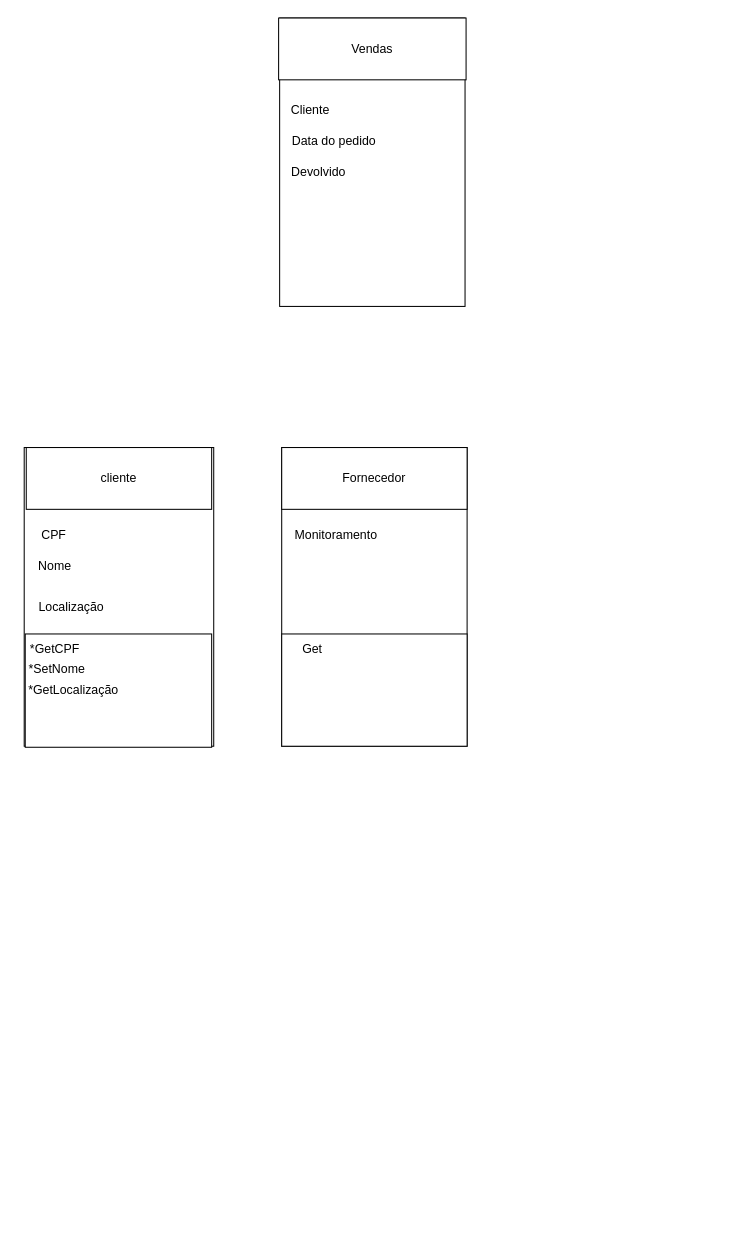
Before: DOC/diagram de classe.drawio in lucasmathiasbelini/projeto3, a draw.io diagram. Source tidied: cells renumbered, new cells numbered last; positions are measured from the earlier drawing's top-left corner, leaving out a move shared by most shapes. Both pictures are drawn from the tidied source at 103%, with x=0, y=0 at pixel (23, 18). Pictures stored in the file or linked from it are replaced by grey dashed boxes.
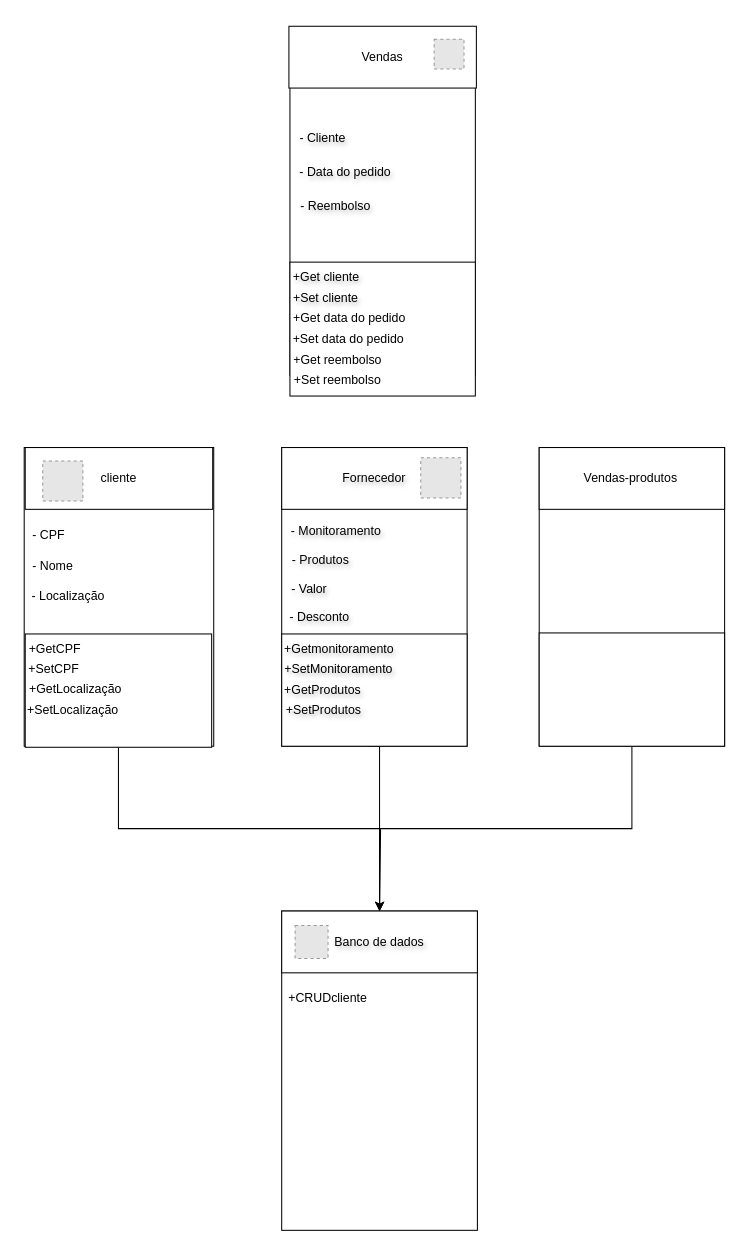
The same diagram, later.

The change refers to these unchanged cells:
```xml
<mxCell id="10" style="rounded=0;whiteSpace=wrap;html=1;" parent="1" vertex="1">
  <mxGeometry x="2" y="598" width="181" height="110" as="geometry" />
</mxCell>
```

Diff of the diagram source:
```diff
@@
     <mxCell id="3" value="cliente" style="rounded=0;whiteSpace=wrap;html=1;" parent="1" vertex="1">
-      <mxGeometry x="3" y="417" width="180" height="60" as="geometry" />
+      <mxGeometry x="2" y="417" width="182" height="60" as="geometry" />
     </mxCell>
-    <mxCell id="4" value="CPF" style="text;html=1;align=center;verticalAlign=middle;whiteSpace=wrap;rounded=0;" parent="1" vertex="1">
-      <mxGeometry y="487" width="60" height="30" as="geometry" />
+    <mxCell id="4" value="- CPF" style="text;html=1;align=center;verticalAlign=middle;whiteSpace=wrap;rounded=0;" parent="1" vertex="1">
+      <mxGeometry x="-5.5" y="487" width="60" height="30" as="geometry" />
     </mxCell>
-    <mxCell id="5" value="Nome" style="text;html=1;align=center;verticalAlign=middle;whiteSpace=wrap;rounded=0;" parent="1" vertex="1">
-      <mxGeometry x="1" y="517" width="60" height="30" as="geometry" />
+    <mxCell id="5" value="- Nome" style="text;html=1;align=center;verticalAlign=middle;whiteSpace=wrap;rounded=0;" parent="1" vertex="1">
+      <mxGeometry x="-1" y="517" width="60" height="30" as="geometry" />
     </mxCell>
-    <mxCell id="6" value="Localização" style="text;html=1;align=center;verticalAlign=middle;whiteSpace=wrap;rounded=0;" parent="1" vertex="1">
-      <mxGeometry x="17" y="557" width="60" height="30" as="geometry" />
+    <mxCell id="6" value="- Localização" style="text;html=1;align=center;verticalAlign=middle;whiteSpace=wrap;rounded=0;" parent="1" vertex="1">
+      <mxGeometry x="2" y="547" width="84" height="30" as="geometry" />
     </mxCell>
-    <mxCell id="7" style="rounded=0;whiteSpace=wrap;html=1;" parent="1" vertex="1">
+    <mxCell id="7" style="rounded=0;whiteSpace=wrap;html=1;textShadow=1;" parent="1" vertex="1">
       <mxGeometry x="251" y="417" width="180" height="290" as="geometry" />
     </mxCell>
-    <mxCell id="8" value="Fornecedor" style="rounded=0;whiteSpace=wrap;html=1;" parent="1" vertex="1">
+    <mxCell id="8" value="Fornecedor" style="rounded=0;whiteSpace=wrap;html=1;textShadow=1;" parent="1" vertex="1">
       <mxGeometry x="251" y="417" width="180" height="60" as="geometry" />
     </mxCell>
-    <mxCell id="9" value="Monitoramento" style="text;html=1;align=center;verticalAlign=middle;whiteSpace=wrap;rounded=0;" parent="1" vertex="1">
-      <mxGeometry x="274" y="487" width="60" height="30" as="geometry" />
+    <mxCell id="9" value="- Monitoramento" style="text;html=1;align=center;verticalAlign=middle;whiteSpace=wrap;rounded=0;textShadow=1;" parent="1" vertex="1">
+      <mxGeometry x="253" y="483" width="102" height="30" as="geometry" />
     </mxCell>
+    <mxCell id="21" style="edgeStyle=orthogonalEdgeStyle;rounded=0;jettySize=auto;html=1;textShadow=1;" parent="1" edge="1" source="10" target="28">
+      <mxGeometry relative="1" as="geometry">
+        <Array as="points">
+          <mxPoint x="93" y="787" />
+          <mxPoint x="346" y="787" />
+        </Array>
+      </mxGeometry>
+    </mxCell>
@@
-    <mxCell id="11" value="*GetCPF" style="text;html=1;align=center;verticalAlign=middle;whiteSpace=wrap;rounded=0;" parent="1" vertex="1">
+    <mxCell id="11" value="+GetCPF" style="text;html=1;align=center;verticalAlign=middle;whiteSpace=wrap;rounded=0;" parent="1" vertex="1">
       <mxGeometry x="1" y="598" width="60" height="30" as="geometry" />
     </mxCell>
-    <mxCell id="12" value="*SetNome" style="text;html=1;align=center;verticalAlign=middle;whiteSpace=wrap;rounded=0;" parent="1" vertex="1">
-      <mxGeometry x="3" y="617" width="60" height="30" as="geometry" />
+    <mxCell id="12" value="+SetCPF" style="text;html=1;align=center;verticalAlign=middle;whiteSpace=wrap;rounded=0;" parent="1" vertex="1">
+      <mxGeometry y="617" width="60" height="30" as="geometry" />
     </mxCell>
-    <mxCell id="13" value="*GetLocalização" style="text;html=1;align=center;verticalAlign=middle;whiteSpace=wrap;rounded=0;" parent="1" vertex="1">
-      <mxGeometry x="19" y="638" width="60" height="30" as="geometry" />
+    <mxCell id="13" value="+GetLocalização" style="text;html=1;align=center;verticalAlign=middle;whiteSpace=wrap;rounded=0;" parent="1" vertex="1">
+      <mxGeometry x="21" y="637" width="60" height="30" as="geometry" />
     </mxCell>
+    <mxCell id="22" style="edgeStyle=orthogonalEdgeStyle;rounded=0;orthogonalLoop=1;jettySize=auto;html=1;textShadow=1;" parent="1" edge="1">
+      <mxGeometry relative="1" as="geometry">
+        <mxPoint x="336" y="707" as="sourcePoint" />
+        <mxPoint x="346" y="867" as="targetPoint" />
+        <Array as="points">
+          <mxPoint x="346" y="707" />
+          <mxPoint x="346" y="788" />
+          <mxPoint x="347" y="788" />
+        </Array>
+      </mxGeometry>
+    </mxCell>
-    <mxCell id="14" style="rounded=0;whiteSpace=wrap;html=1;" parent="1" vertex="1">
+    <mxCell id="14" style="rounded=0;whiteSpace=wrap;html=1;textShadow=1;" parent="1" vertex="1">
       <mxGeometry x="251" y="598" width="180" height="109" as="geometry" />
     </mxCell>
-    <mxCell id="15" value="Get" style="text;html=1;align=center;verticalAlign=middle;whiteSpace=wrap;rounded=0;" parent="1" vertex="1">
-      <mxGeometry x="251" y="598" width="60" height="30" as="geometry" />
+    <mxCell id="15" value="+Getmonitoramento" style="text;html=1;align=center;verticalAlign=middle;whiteSpace=wrap;rounded=0;textShadow=1;" parent="1" vertex="1">
+      <mxGeometry x="247" y="598" width="120" height="30" as="geometry" />
     </mxCell>
-    <mxCell id="16" style="rounded=0;whiteSpace=wrap;html=1;" parent="1" vertex="1">
-      <mxGeometry x="249" width="180" height="280" as="geometry" />
+    <mxCell id="16" style="rounded=0;whiteSpace=wrap;html=1;textShadow=1;" parent="1" vertex="1">
+      <mxGeometry x="259" y="67" width="180" height="280" as="geometry" />
     </mxCell>
     <mxCell id="17" value="Vendas" style="rounded=0;whiteSpace=wrap;html=1;" parent="1" vertex="1">
-      <mxGeometry x="248" width="182" height="60" as="geometry" />
+      <mxGeometry x="258" y="8" width="182" height="60" as="geometry" />
     </mxCell>
-    <mxCell id="18" value="Cliente" style="text;html=1;align=center;verticalAlign=middle;whiteSpace=wrap;rounded=0;" parent="1" vertex="1">
-      <mxGeometry x="249" y="75" width="60" height="30" as="geometry" />
+    <mxCell id="18" value="- Cliente" style="text;html=1;align=center;verticalAlign=middle;whiteSpace=wrap;rounded=0;textShadow=1;" parent="1" vertex="1">
+      <mxGeometry x="261" y="102" width="60" height="30" as="geometry" />
     </mxCell>
-    <mxCell id="19" value="Data do pedido" style="text;html=1;align=center;verticalAlign=middle;whiteSpace=wrap;rounded=0;" parent="1" vertex="1">
-      <mxGeometry x="257" y="105" width="90" height="30" as="geometry" />
+    <mxCell id="19" value="- Data do pedido" style="text;html=1;align=center;verticalAlign=middle;whiteSpace=wrap;rounded=0;textShadow=1;" parent="1" vertex="1">
+      <mxGeometry x="261" y="135" width="104" height="30" as="geometry" />
     </mxCell>
-    <mxCell id="20" value="Devolvido" style="text;html=1;align=center;verticalAlign=middle;whiteSpace=wrap;rounded=0;" parent="1" vertex="1">
-      <mxGeometry x="257" y="135" width="60" height="30" as="geometry" />
+    <mxCell id="20" value="- Reembolso" style="text;html=1;align=center;verticalAlign=middle;whiteSpace=wrap;rounded=0;textShadow=1;" parent="1" vertex="1">
+      <mxGeometry x="266" y="168" width="75" height="30" as="geometry" />
     </mxCell>
+    <mxCell id="23" style="rounded=0;whiteSpace=wrap;html=1;" parent="1" vertex="1">
+      <mxGeometry x="501" y="417" width="180" height="290" as="geometry" />
+    </mxCell>
+    <mxCell id="24" style="rounded=0;whiteSpace=wrap;html=1;" parent="1" vertex="1">
+      <mxGeometry x="501" y="417" width="180" height="60" as="geometry" />
+    </mxCell>
+    <mxCell id="25" style="edgeStyle=orthogonalEdgeStyle;rounded=0;jettySize=auto;html=1;exitX=0.5;exitY=1;exitDx=0;exitDy=0;textShadow=1;" parent="1" edge="1" source="26">
+      <mxGeometry relative="1" as="geometry">
+        <mxPoint x="346" y="867" as="targetPoint" />
+        <Array as="points">
+          <mxPoint x="591" y="787" />
+          <mxPoint x="346" y="787" />
+        </Array>
+      </mxGeometry>
+    </mxCell>
+    <mxCell id="26" style="rounded=0;whiteSpace=wrap;html=1;" parent="1" vertex="1">
+      <mxGeometry x="501" y="597" width="180" height="110" as="geometry" />
+    </mxCell>
+    <mxCell id="27" style="rounded=0;whiteSpace=wrap;html=1;" parent="1" vertex="1">
+      <mxGeometry x="251" y="867" width="190" height="310" as="geometry" />
+    </mxCell>
+    <mxCell id="28" value="Banco de dados" style="rounded=0;whiteSpace=wrap;html=1;textShadow=1;" parent="1" vertex="1">
+      <mxGeometry x="251" y="867" width="190" height="60" as="geometry" />
+    </mxCell>
+    <mxCell id="29" value="- Produtos" style="text;html=1;align=center;verticalAlign=middle;whiteSpace=wrap;rounded=0;textShadow=1;" parent="1" vertex="1">
+      <mxGeometry x="259" y="512" width="60" height="30" as="geometry" />
+    </mxCell>
+    <mxCell id="30" value="- Valor" style="text;html=1;align=center;verticalAlign=middle;whiteSpace=wrap;rounded=0;textShadow=1;" parent="1" vertex="1">
+      <mxGeometry x="248" y="540" width="60" height="30" as="geometry" />
+    </mxCell>
+    <mxCell id="31" value="- Desconto" style="text;html=1;align=center;verticalAlign=middle;whiteSpace=wrap;rounded=0;textShadow=1;" parent="1" vertex="1">
+      <mxGeometry x="255" y="567" width="66" height="30" as="geometry" />
+    </mxCell>
+    <mxCell id="32" value="+SetMonitoramento" style="text;html=1;align=center;verticalAlign=middle;whiteSpace=wrap;rounded=0;textShadow=1;" parent="1" vertex="1">
+      <mxGeometry x="248" y="617" width="117" height="30" as="geometry" />
+    </mxCell>
+    <mxCell id="33" value="+GetProdutos" style="text;html=1;align=center;verticalAlign=middle;whiteSpace=wrap;rounded=0;textShadow=1;" parent="1" vertex="1">
+      <mxGeometry x="248" y="638" width="86" height="30" as="geometry" />
+    </mxCell>
+    <mxCell id="34" value="+SetProdutos" style="text;html=1;align=center;verticalAlign=middle;whiteSpace=wrap;rounded=0;textShadow=1;" parent="1" vertex="1">
+      <mxGeometry x="246" y="657" width="92" height="30" as="geometry" />
+    </mxCell>
+    <mxCell id="35" style="fillColor=#E6E6E6;strokeColor=#999999;dashed=1;verticalLabelPosition=bottom;labelBackgroundColor=default;verticalAlign=top;" parent="1" vertex="1">
+      <mxGeometry x="399" y="20.5" width="29" height="29" as="geometry" />
+    </mxCell>
+    <mxCell id="36" style="rounded=0;whiteSpace=wrap;html=1;textShadow=1;" parent="1" vertex="1">
+      <mxGeometry x="259" y="237" width="180" height="130" as="geometry" />
+    </mxCell>
+    <mxCell id="37" style="fillColor=#E6E6E6;strokeColor=#999999;dashed=1;verticalLabelPosition=bottom;labelBackgroundColor=default;verticalAlign=top;" parent="1" vertex="1">
+      <mxGeometry x="386" y="427" width="39" height="39" as="geometry" />
+    </mxCell>
+    <mxCell id="38" style="fillColor=#E6E6E6;strokeColor=#999999;dashed=1;verticalLabelPosition=bottom;labelBackgroundColor=default;verticalAlign=top;" parent="1" vertex="1">
+      <mxGeometry x="19" y="430" width="39" height="39" as="geometry" />
+    </mxCell>
+    <mxCell id="39" style="fillColor=#E6E6E6;strokeColor=#999999;dashed=1;verticalLabelPosition=bottom;labelBackgroundColor=default;verticalAlign=top;" parent="1" vertex="1">
+      <mxGeometry x="264" y="881" width="32" height="32" as="geometry" />
+    </mxCell>
+    <mxCell id="40" value="+Get cliente" style="text;html=1;align=center;verticalAlign=middle;whiteSpace=wrap;rounded=0;textShadow=1;" parent="1" vertex="1">
+      <mxGeometry x="258" y="237" width="73" height="30" as="geometry" />
+    </mxCell>
+    <mxCell id="41" value="+Set cliente" style="text;html=1;align=center;verticalAlign=middle;whiteSpace=wrap;rounded=0;textShadow=1;" parent="1" vertex="1">
+      <mxGeometry x="258" y="257" width="72" height="30" as="geometry" />
+    </mxCell>
+    <mxCell id="42" value="+Get data do pedido" style="text;html=1;align=center;verticalAlign=middle;whiteSpace=wrap;rounded=0;" parent="1" vertex="1">
+      <mxGeometry x="254" y="277" width="126" height="30" as="geometry" />
+    </mxCell>
+    <mxCell id="43" value="+Set data do pedido" style="text;html=1;align=center;verticalAlign=middle;whiteSpace=wrap;rounded=0;" parent="1" vertex="1">
+      <mxGeometry x="255" y="297" width="122" height="30" as="geometry" />
+    </mxCell>
+    <mxCell id="44" value="+Get reembolso" style="text;html=1;align=center;verticalAlign=middle;whiteSpace=wrap;rounded=0;" parent="1" vertex="1">
+      <mxGeometry x="257" y="317" width="97" height="30" as="geometry" />
+    </mxCell>
+    <mxCell id="45" value="+Set reembolso" style="text;html=1;align=center;verticalAlign=middle;whiteSpace=wrap;rounded=0;" parent="1" vertex="1">
+      <mxGeometry x="255" y="337" width="101" height="30" as="geometry" />
+    </mxCell>
+    <mxCell id="46" value="Vendas-produtos" style="text;html=1;align=center;verticalAlign=middle;whiteSpace=wrap;rounded=0;" parent="1" vertex="1">
+      <mxGeometry x="540" y="432" width="100" height="30" as="geometry" />
+    </mxCell>
+    <mxCell id="47" value="+SetLocalização" style="text;html=1;align=center;verticalAlign=middle;whiteSpace=wrap;rounded=0;" parent="1" vertex="1">
+      <mxGeometry x="-5.5" y="657" width="106.5" height="30" as="geometry" />
+    </mxCell>
+    <mxCell id="48" value="+CRUDcliente" style="text;html=1;align=center;verticalAlign=middle;whiteSpace=wrap;rounded=0;" parent="1" vertex="1">
+      <mxGeometry x="253" y="937" width="86" height="30" as="geometry" />
+    </mxCell>
```
